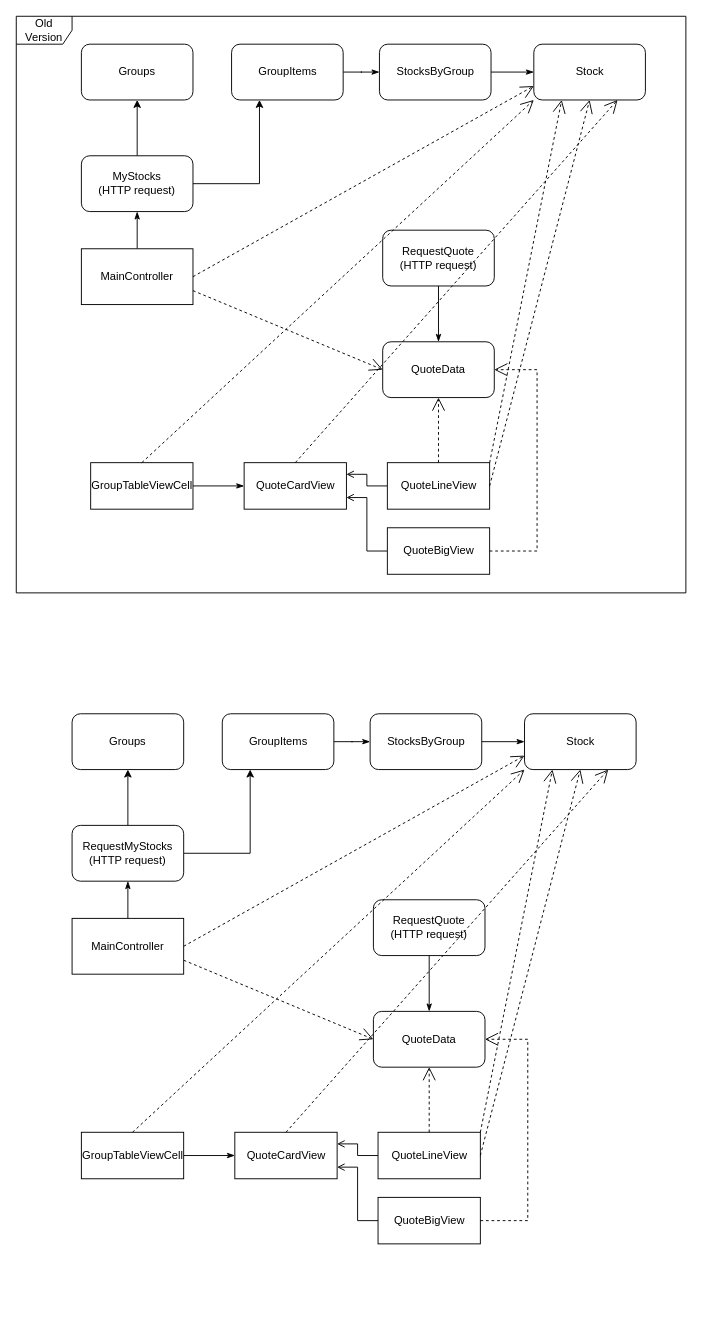
This is ExampleArchitecture.drawio from CapitalMobile/swift_giselle_practice, a draw.io file, before an edit. Source tidied: cells renumbered, new cells numbered last; positions are measured from the earlier drawing's top-left corner, leaving out a move shared by most shapes. Both pictures are drawn from the tidied source at 93%, with x=0, y=0 at pixel (16, 16).
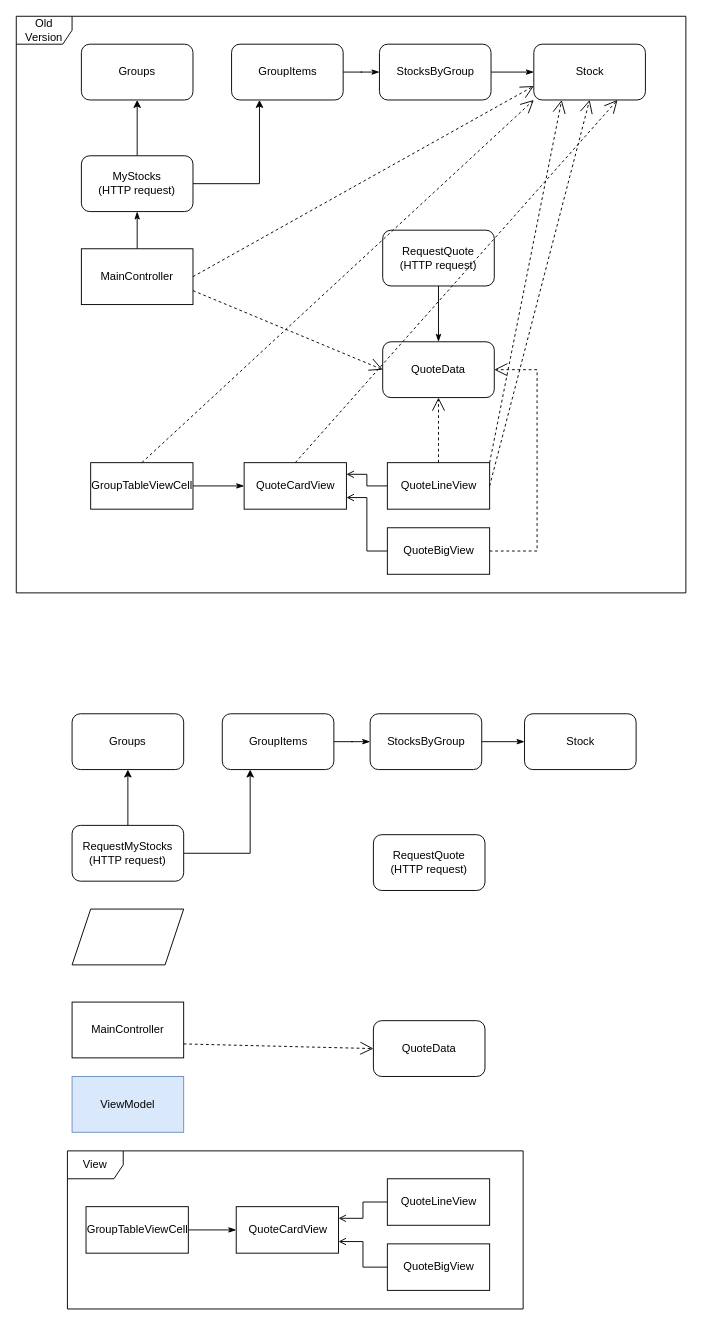
After the change.

Unchanged cells that the change refers to:
```xml
<mxCell id="35" value="RequestMyStocks&lt;br&gt;(HTTP request)" style="rounded=1;whiteSpace=wrap;html=1;" parent="1" vertex="1">
  <mxGeometry x="60" y="870" width="120" height="60" as="geometry" />
</mxCell>
<mxCell id="51" value="Stock" style="rounded=1;whiteSpace=wrap;html=1;" parent="1" vertex="1">
  <mxGeometry x="546.5" y="750" width="120" height="60" as="geometry" />
</mxCell>
```

The edit, as a diff of the source:
```diff
@@
+    <mxCell id="61" value="View" style="shape=umlFrame;whiteSpace=wrap;html=1;" parent="1" vertex="1">
+      <mxGeometry x="55" y="1220" width="490" height="170" as="geometry" />
+    </mxCell>
@@
-    <mxCell id="31" style="edgeStyle=orthogonalEdgeStyle;rounded=0;jettySize=auto;html=1;endArrow=classicThin;endFill=1;" parent="1" edge="1" source="32" target="35">
-      <mxGeometry relative="1" as="geometry" />
-    </mxCell>
     <mxCell id="32" value="MainController" style="rounded=0;whiteSpace=wrap;html=1;" parent="1" vertex="1">
-      <mxGeometry x="60" y="970" width="120" height="60" as="geometry" />
+      <mxGeometry x="60" y="1060" width="120" height="60" as="geometry" />
     </mxCell>
@@
     <mxCell id="37" value="QuoteData" style="rounded=1;whiteSpace=wrap;html=1;" parent="1" vertex="1">
-      <mxGeometry x="384" y="1070" width="120" height="60" as="geometry" />
+      <mxGeometry x="384" y="1080" width="120" height="60" as="geometry" />
     </mxCell>
     <mxCell id="38" value="QuoteCardView" style="html=1;" parent="1" vertex="1">
-      <mxGeometry x="235" y="1200" width="110" height="50" as="geometry" />
+      <mxGeometry x="236.5" y="1280" width="110" height="50" as="geometry" />
     </mxCell>
@@
     <mxCell id="40" value="QuoteBigView" style="html=1;" parent="1" vertex="1">
-      <mxGeometry x="389" y="1270" width="110" height="50" as="geometry" />
+      <mxGeometry x="399" y="1320" width="110" height="50" as="geometry" />
     </mxCell>
@@
     <mxCell id="42" value="QuoteLineView" style="html=1;" parent="1" vertex="1">
-      <mxGeometry x="389" y="1200" width="110" height="50" as="geometry" />
+      <mxGeometry x="399" y="1250" width="110" height="50" as="geometry" />
     </mxCell>
@@
     <mxCell id="44" value="GroupTableViewCell" style="html=1;" parent="1" vertex="1">
-      <mxGeometry x="70" y="1200" width="110" height="50" as="geometry" />
+      <mxGeometry x="75" y="1280" width="110" height="50" as="geometry" />
     </mxCell>
-    <mxCell id="45" style="endArrow=open;endFill=1;endSize=12;html=1;rounded=0;entryX=0.5;entryY=1;entryDx=0;entryDy=0;exitX=0.5;exitY=0;exitDx=0;exitDy=0;dashed=1;" parent="1" edge="1" source="42" target="37">
-      <mxGeometry relative="1" as="geometry" />
-    </mxCell>
-    <mxCell id="46" style="endArrow=open;endFill=1;endSize=12;html=1;rounded=0;entryX=1;entryY=0.5;entryDx=0;entryDy=0;exitX=1;exitY=0.5;exitDx=0;exitDy=0;dashed=1;" parent="1" edge="1" source="40" target="37">
-      <mxGeometry relative="1" as="geometry">
-        <Array as="points">
-          <mxPoint x="550" y="1295" />
-          <mxPoint x="550" y="1100" />
-        </Array>
-      </mxGeometry>
-    </mxCell>
@@
-    <mxCell id="52" style="edgeStyle=orthogonalEdgeStyle;rounded=0;jettySize=auto;html=1;endArrow=classicThin;endFill=1;" parent="1" edge="1" source="53" target="37">
-      <mxGeometry relative="1" as="geometry" />
-    </mxCell>
     <mxCell id="53" value="RequestQuote&lt;br&gt;(HTTP request)" style="rounded=1;whiteSpace=wrap;html=1;" parent="1" vertex="1">
-      <mxGeometry x="384" y="950" width="120" height="60" as="geometry" />
+      <mxGeometry x="384" y="880" width="120" height="60" as="geometry" />
     </mxCell>
-    <mxCell id="54" style="endArrow=open;endFill=1;endSize=12;html=1;rounded=0;entryX=0;entryY=1;entryDx=0;entryDy=0;exitX=0.5;exitY=0;exitDx=0;exitDy=0;dashed=1;" parent="1" edge="1" source="44" target="51">
-      <mxGeometry relative="1" as="geometry" />
-    </mxCell>
-    <mxCell id="55" style="endArrow=open;endFill=1;endSize=12;html=1;rounded=0;entryX=0;entryY=0.75;entryDx=0;entryDy=0;exitX=1;exitY=0.5;exitDx=0;exitDy=0;dashed=1;" parent="1" edge="1" source="32" target="51">
-      <mxGeometry relative="1" as="geometry" />
-    </mxCell>
@@
-    <mxCell id="57" style="endArrow=open;endFill=1;endSize=12;html=1;rounded=0;entryX=0.25;entryY=1;entryDx=0;entryDy=0;exitX=1;exitY=0;exitDx=0;exitDy=0;dashed=1;" parent="1" edge="1" source="42" target="51">
-      <mxGeometry relative="1" as="geometry" />
-    </mxCell>
-    <mxCell id="58" style="endArrow=open;endFill=1;endSize=12;html=1;rounded=0;entryX=0.5;entryY=1;entryDx=0;entryDy=0;dashed=1;exitX=1;exitY=0.5;exitDx=0;exitDy=0;" parent="1" edge="1" source="42" target="51">
-      <mxGeometry relative="1" as="geometry" />
-    </mxCell>
-    <mxCell id="59" style="endArrow=open;endFill=1;endSize=12;html=1;rounded=0;entryX=0.75;entryY=1;entryDx=0;entryDy=0;exitX=0.5;exitY=0;exitDx=0;exitDy=0;dashed=1;" parent="1" edge="1" source="38" target="51">
-      <mxGeometry relative="1" as="geometry" />
-    </mxCell>
@@
+    <mxCell id="62" style="shape=parallelogram;perimeter=parallelogramPerimeter;whiteSpace=wrap;html=1;fixedSize=1;" parent="1" vertex="1">
+      <mxGeometry x="60" y="960" width="120" height="60" as="geometry" />
+    </mxCell>
+    <mxCell id="63" value="ViewModel" style="rounded=0;whiteSpace=wrap;html=1;fillColor=#dae8fc;strokeColor=#6c8ebf;" parent="1" vertex="1">
+      <mxGeometry x="60" y="1140" width="120" height="60" as="geometry" />
+    </mxCell>
```
